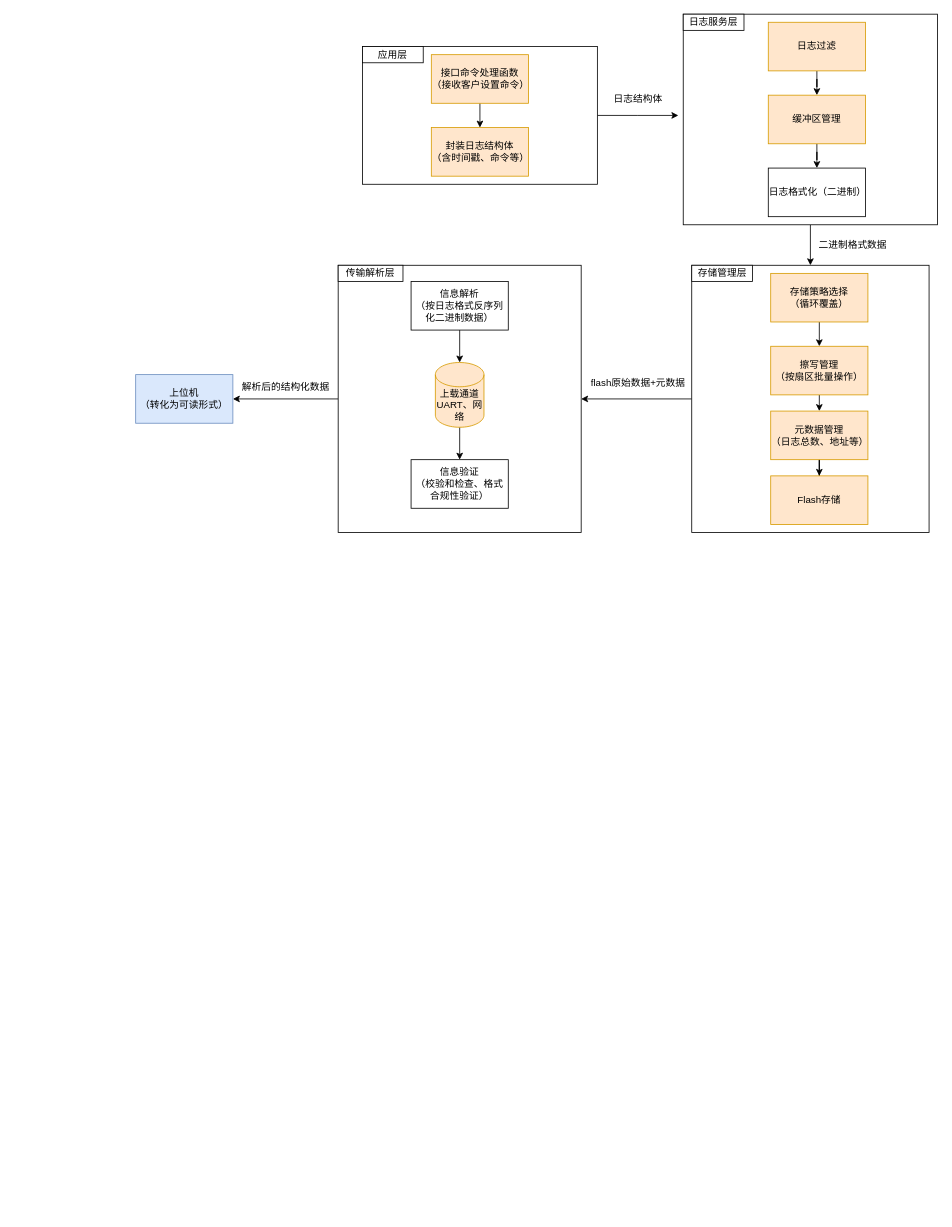
WHUT-LHT/hello-world keeps this draw.io diagram as page "第 6 页" (6 of 11) of 未命名绘图1.drawio. Above is the earlier version. Source tidied: cells renumbered, new cells numbered last; positions are measured from the earlier drawing's top-left corner, leaving out a move shared by most shapes. Both pictures are drawn from the tidied source at 81%, with x=0, y=0 at pixel (135, 14).
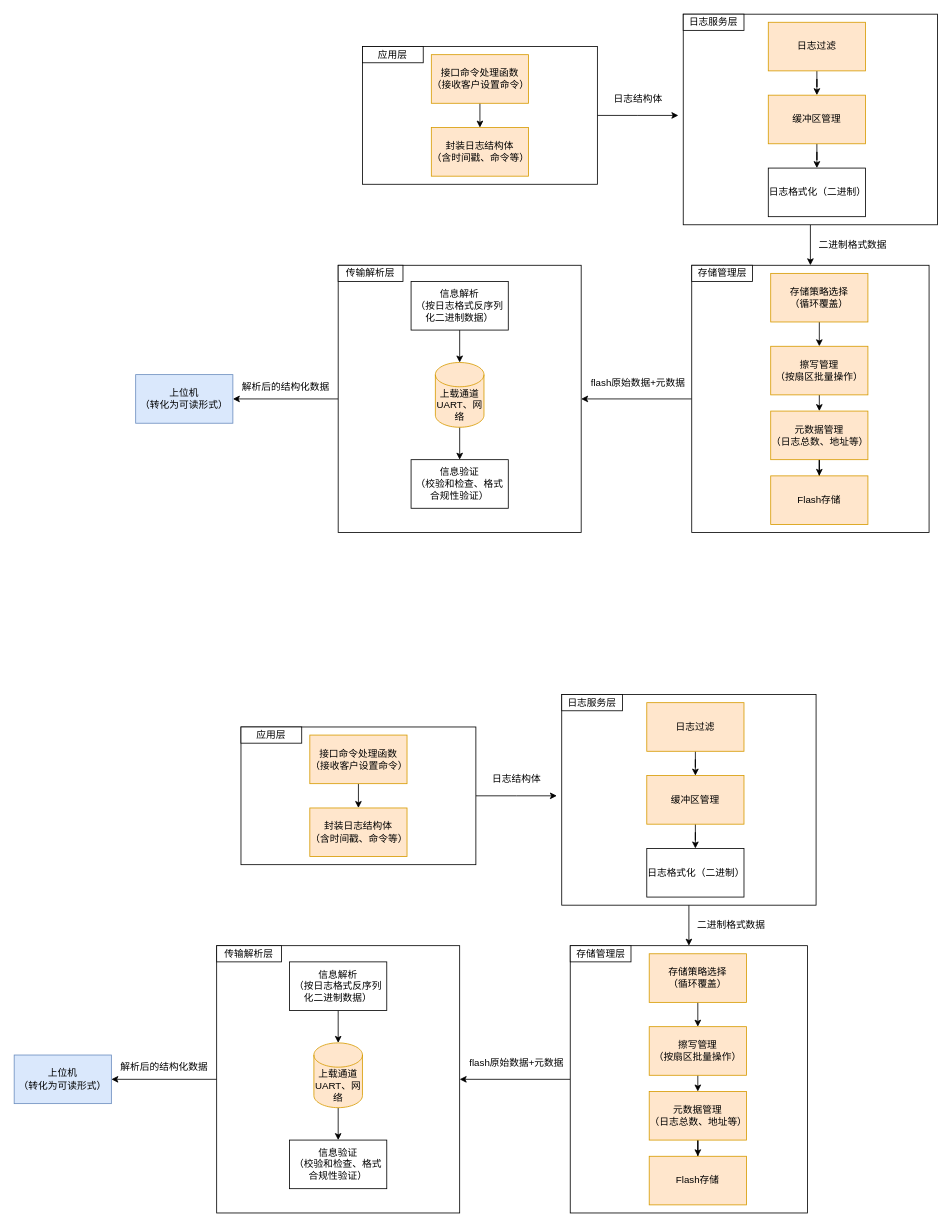
After the change.

Change to the diagram source:
```diff
@@
+    <mxCell id="40" style="edgeStyle=orthogonalEdgeStyle;rounded=0;jettySize=auto;html=1;exitX=0.5;exitY=1;exitDx=0;exitDy=0;entryX=0.5;entryY=0;entryDx=0;entryDy=0;" parent="1" edge="1" source="41" target="55">
+      <mxGeometry relative="1" as="geometry" />
+    </mxCell>
+    <mxCell id="41" style="rounded=0;whiteSpace=wrap;html=1;" parent="1" vertex="1">
+      <mxGeometry x="526" y="840" width="314" height="260" as="geometry" />
+    </mxCell>
+    <mxCell id="42" style="edgeStyle=orthogonalEdgeStyle;rounded=0;jettySize=auto;html=1;" parent="1" edge="1" source="43">
+      <mxGeometry relative="1" as="geometry">
+        <mxPoint x="520" y="965" as="targetPoint" />
+      </mxGeometry>
+    </mxCell>
+    <mxCell id="43" style="rounded=0;whiteSpace=wrap;html=1;align=center;" parent="1" vertex="1">
+      <mxGeometry x="130" y="880" width="290" height="170" as="geometry" />
+    </mxCell>
+    <mxCell id="44" value="应用层" style="rounded=0;whiteSpace=wrap;html=1;" parent="1" vertex="1">
+      <mxGeometry x="130" y="880" width="75" height="20" as="geometry" />
+    </mxCell>
+    <mxCell id="45" style="edgeStyle=orthogonalEdgeStyle;rounded=0;jettySize=auto;html=1;exitX=0.5;exitY=1;exitDx=0;exitDy=0;entryX=0.5;entryY=0;entryDx=0;entryDy=0;" parent="1" edge="1" source="46" target="47">
+      <mxGeometry relative="1" as="geometry" />
+    </mxCell>
+    <mxCell id="46" value="接口命令处理函数&lt;div&gt;（接收客户设置命令）&lt;/div&gt;" style="rounded=0;whiteSpace=wrap;html=1;fillColor=#ffe6cc;strokeColor=#d79b00;" parent="1" vertex="1">
+      <mxGeometry x="215" y="890" width="120" height="60" as="geometry" />
+    </mxCell>
+    <mxCell id="47" value="封装日志结构体&lt;div&gt;（含时间戳、命令等）&lt;/div&gt;" style="rounded=0;whiteSpace=wrap;html=1;fillColor=#ffe6cc;strokeColor=#d79b00;" parent="1" vertex="1">
+      <mxGeometry x="215" y="980" width="120" height="60" as="geometry" />
+    </mxCell>
+    <mxCell id="48" style="edgeStyle=orthogonalEdgeStyle;rounded=0;jettySize=auto;html=1;" parent="1" edge="1" source="49" target="51">
+      <mxGeometry relative="1" as="geometry" />
+    </mxCell>
+    <mxCell id="49" value="日志过滤" style="rounded=0;whiteSpace=wrap;html=1;fillColor=#ffe6cc;strokeColor=#d79b00;" parent="1" vertex="1">
+      <mxGeometry x="631" y="850" width="120" height="60" as="geometry" />
+    </mxCell>
+    <mxCell id="50" style="edgeStyle=orthogonalEdgeStyle;rounded=0;jettySize=auto;html=1;" parent="1" edge="1" source="51" target="53">
+      <mxGeometry relative="1" as="geometry" />
+    </mxCell>
+    <mxCell id="51" value="缓冲区管理" style="rounded=0;whiteSpace=wrap;html=1;fillColor=#ffe6cc;strokeColor=#d79b00;" parent="1" vertex="1">
+      <mxGeometry x="631" y="940" width="120" height="60" as="geometry" />
+    </mxCell>
+    <mxCell id="52" value="日志服务层" style="rounded=0;whiteSpace=wrap;html=1;" parent="1" vertex="1">
+      <mxGeometry x="526" y="840" width="75" height="20" as="geometry" />
+    </mxCell>
+    <mxCell id="53" value="日志格式化（二进制）" style="rounded=0;whiteSpace=wrap;html=1;" parent="1" vertex="1">
+      <mxGeometry x="631" y="1030" width="120" height="60" as="geometry" />
+    </mxCell>
+    <mxCell id="54" style="edgeStyle=orthogonalEdgeStyle;rounded=0;jettySize=auto;html=1;entryX=1;entryY=0.5;entryDx=0;entryDy=0;" parent="1" edge="1" source="55" target="66">
+      <mxGeometry relative="1" as="geometry" />
+    </mxCell>
+    <mxCell id="55" style="rounded=0;whiteSpace=wrap;html=1;" parent="1" vertex="1">
+      <mxGeometry x="536.5" y="1150" width="293" height="330" as="geometry" />
+    </mxCell>
+    <mxCell id="56" value="存储管理层" style="rounded=0;whiteSpace=wrap;html=1;" parent="1" vertex="1">
+      <mxGeometry x="536.5" y="1150" width="75" height="20" as="geometry" />
+    </mxCell>
+    <mxCell id="57" style="edgeStyle=orthogonalEdgeStyle;rounded=0;jettySize=auto;html=1;exitX=0.5;exitY=1;exitDx=0;exitDy=0;entryX=0.5;entryY=0;entryDx=0;entryDy=0;" parent="1" edge="1" source="58" target="60">
+      <mxGeometry relative="1" as="geometry" />
+    </mxCell>
+    <mxCell id="58" value="存储策略选择&lt;div&gt;（循环覆盖）&lt;/div&gt;" style="rounded=0;whiteSpace=wrap;html=1;fillColor=#ffe6cc;strokeColor=#d79b00;" parent="1" vertex="1">
+      <mxGeometry x="634" y="1160" width="120" height="60" as="geometry" />
+    </mxCell>
+    <mxCell id="59" style="edgeStyle=orthogonalEdgeStyle;rounded=0;jettySize=auto;html=1;exitX=0.5;exitY=1;exitDx=0;exitDy=0;entryX=0.5;entryY=0;entryDx=0;entryDy=0;" parent="1" edge="1" source="60" target="62">
+      <mxGeometry relative="1" as="geometry" />
+    </mxCell>
+    <mxCell id="60" value="擦写管理&lt;div&gt;（按扇区批量操作）&lt;/div&gt;" style="rounded=0;whiteSpace=wrap;html=1;fillColor=#ffe6cc;strokeColor=#d79b00;" parent="1" vertex="1">
+      <mxGeometry x="634" y="1250" width="120" height="60" as="geometry" />
+    </mxCell>
+    <mxCell id="61" style="edgeStyle=orthogonalEdgeStyle;rounded=0;jettySize=auto;html=1;" parent="1" edge="1" source="62" target="63">
+      <mxGeometry relative="1" as="geometry" />
+    </mxCell>
+    <mxCell id="62" value="元数据管理&lt;div&gt;（日志总数、地址等）&lt;/div&gt;" style="rounded=0;whiteSpace=wrap;html=1;fillColor=#ffe6cc;strokeColor=#d79b00;" parent="1" vertex="1">
+      <mxGeometry x="634" y="1330" width="120" height="60" as="geometry" />
+    </mxCell>
+    <mxCell id="63" value="Flash存储" style="rounded=0;whiteSpace=wrap;html=1;fillColor=#ffe6cc;strokeColor=#d79b00;" parent="1" vertex="1">
+      <mxGeometry x="634" y="1410" width="120" height="60" as="geometry" />
+    </mxCell>
+    <mxCell id="64" style="edgeStyle=orthogonalEdgeStyle;rounded=0;orthogonalLoop=1;jettySize=auto;html=1;exitX=0.5;exitY=1;exitDx=0;exitDy=0;" parent="1" edge="1" source="58" target="58">
+      <mxGeometry relative="1" as="geometry" />
+    </mxCell>
+    <mxCell id="65" style="edgeStyle=orthogonalEdgeStyle;rounded=0;jettySize=auto;html=1;exitX=0;exitY=0.5;exitDx=0;exitDy=0;entryX=1;entryY=0.5;entryDx=0;entryDy=0;" parent="1" edge="1" source="66" target="77">
+      <mxGeometry relative="1" as="geometry" />
+    </mxCell>
+    <mxCell id="66" value="&lt;h4 style=&quot;-webkit-font-smoothing: antialiased; box-sizing: border-box; -webkit-tap-highlight-color: rgba(0, 0, 0, 0); font-weight: 700; line-height: 28px; margin-top: 24px; font-size: 16px; color: rgb(0, 0, 0); overflow-anchor: auto; font-family: Inter, -apple-system, BlinkMacSystemFont, &amp;quot;Segoe UI&amp;quot;, &amp;quot;SF Pro SC&amp;quot;, &amp;quot;SF Pro Display&amp;quot;, &amp;quot;SF Pro Icons&amp;quot;, &amp;quot;PingFang SC&amp;quot;, &amp;quot;Hiragino Sans GB&amp;quot;, &amp;quot;Microsoft YaHei&amp;quot;, &amp;quot;Helvetica Neue&amp;quot;, Helvetica, Arial, sans-serif; font-style: normal; font-variant-ligatures: normal; font-variant-caps: normal; letter-spacing: normal; orphans: 2; text-align: start; text-indent: 0px; text-transform: none; widows: 2; word-spacing: 0px; -webkit-text-stroke-width: 0px; white-space: normal; background-color: rgb(255, 255, 255); text-decoration-thickness: initial; text-decoration-style: initial; text-decoration-color: initial; margin-bottom: 8px !important; padding-bottom: 0px !important;&quot; class=&quot;header-jfw95c auto-hide-last-sibling-br&quot;&gt;&lt;br&gt;&lt;/h4&gt;&lt;div&gt;&lt;br/&gt;&lt;/div&gt;" style="rounded=0;whiteSpace=wrap;html=1;" parent="1" vertex="1">
+      <mxGeometry x="100" y="1150" width="300" height="330" as="geometry" />
+    </mxCell>
+    <mxCell id="67" value="传输解析层" style="rounded=0;whiteSpace=wrap;html=1;" parent="1" vertex="1">
+      <mxGeometry x="100" y="1150" width="80" height="20" as="geometry" />
+    </mxCell>
+    <mxCell id="68" style="edgeStyle=orthogonalEdgeStyle;rounded=0;jettySize=auto;html=1;" parent="1" edge="1" source="69" target="71">
+      <mxGeometry relative="1" as="geometry" />
+    </mxCell>
+    <mxCell id="69" value="信息解析&lt;div&gt;（按日志格式反序列化二进制数据）&lt;/div&gt;" style="rounded=0;whiteSpace=wrap;html=1;" parent="1" vertex="1">
+      <mxGeometry x="190" y="1170" width="120" height="60" as="geometry" />
+    </mxCell>
+    <mxCell id="70" style="edgeStyle=orthogonalEdgeStyle;rounded=0;jettySize=auto;html=1;" parent="1" edge="1" source="71" target="72">
+      <mxGeometry relative="1" as="geometry" />
+    </mxCell>
+    <mxCell id="71" value="上载通道UART、网络" style="shape=cylinder3;whiteSpace=wrap;html=1;boundedLbl=1;backgroundOutline=1;size=15;fillColor=#ffe6cc;strokeColor=#d79b00;" parent="1" vertex="1">
+      <mxGeometry x="220" y="1270" width="60" height="80" as="geometry" />
+    </mxCell>
+    <mxCell id="72" value="信息验证&lt;div&gt;（校验和检查、格式合规性验证）&lt;/div&gt;" style="rounded=0;whiteSpace=wrap;html=1;" parent="1" vertex="1">
+      <mxGeometry x="190" y="1390" width="120" height="60" as="geometry" />
+    </mxCell>
+    <mxCell id="73" value="日志结构体" style="text;html=1;align=center;verticalAlign=middle;strokeColor=none;fillColor=none;" parent="1" vertex="1">
+      <mxGeometry x="430" y="930" width="80" height="30" as="geometry" />
+    </mxCell>
+    <mxCell id="74" value="二进制格式数据" style="text;html=1;align=center;verticalAlign=middle;strokeColor=none;fillColor=none;" parent="1" vertex="1">
+      <mxGeometry x="680" y="1110" width="110" height="30" as="geometry" />
+    </mxCell>
+    <mxCell id="75" value="flash原始数据+元数据" style="text;html=1;align=center;verticalAlign=middle;strokeColor=none;fillColor=none;" parent="1" vertex="1">
+      <mxGeometry x="400" y="1280" width="140" height="30" as="geometry" />
+    </mxCell>
+    <mxCell id="76" value="解析后的结构化数据" style="text;html=1;align=center;verticalAlign=middle;strokeColor=none;fillColor=none;" parent="1" vertex="1">
+      <mxGeometry x="-30" y="1285" width="130" height="30" as="geometry" />
+    </mxCell>
+    <mxCell id="77" value="上位机&lt;div&gt;（转化为可读形式）&lt;/div&gt;" style="rounded=0;whiteSpace=wrap;html=1;fillColor=#dae8fc;strokeColor=#6c8ebf;" parent="1" vertex="1">
+      <mxGeometry x="-150" y="1285" width="120" height="60" as="geometry" />
+    </mxCell>
```
